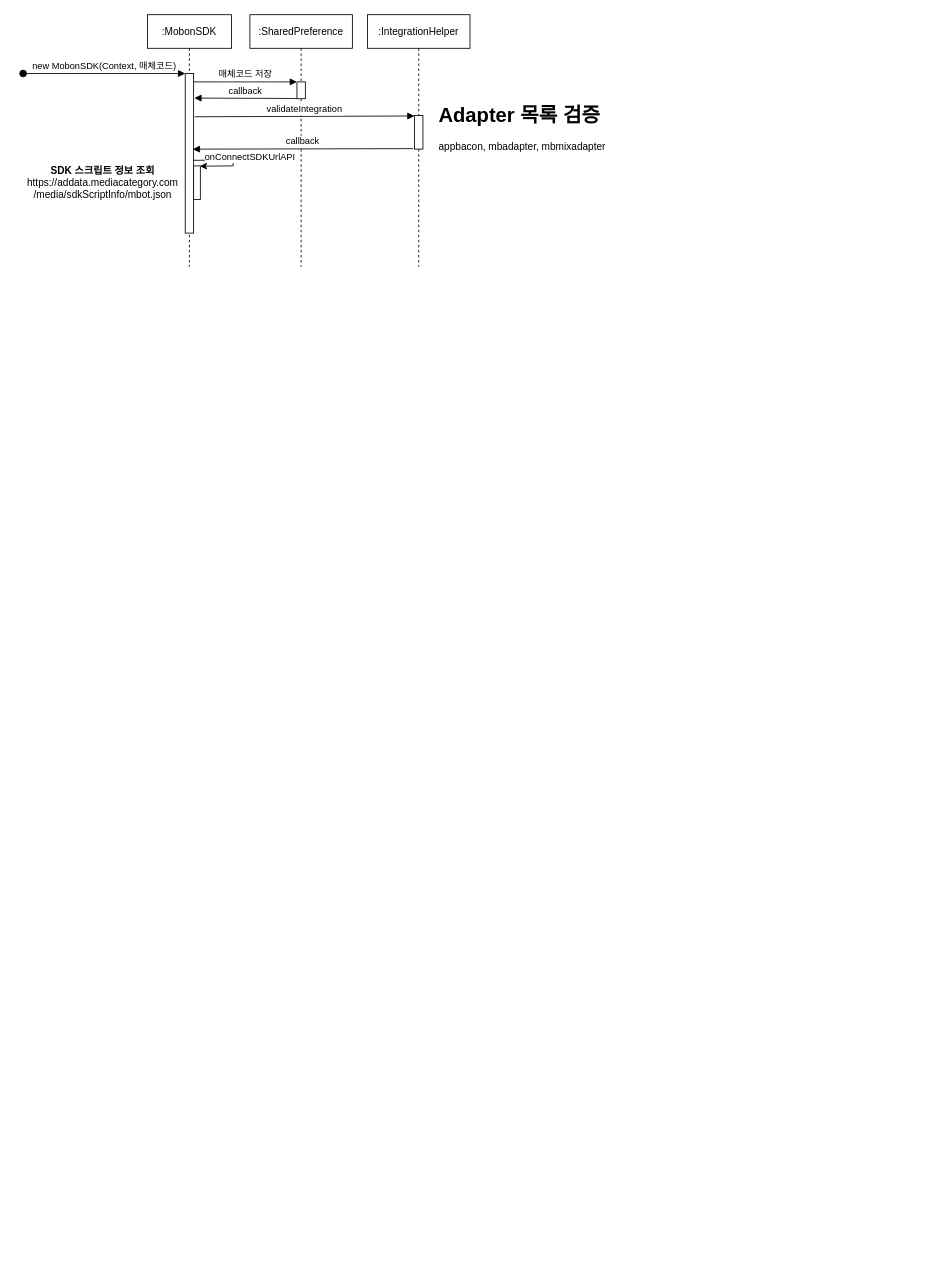
This is Android SDK.drawio from BaekSeungJo/Diagram, a draw.io file, before an edit. Source tidied: cells renumbered, new cells numbered last; positions are measured from the earlier drawing's top-left corner, leaving out a move shared by most shapes. Both pictures are drawn from the tidied source at 84%, with x=0, y=0 at pixel (23, 14).
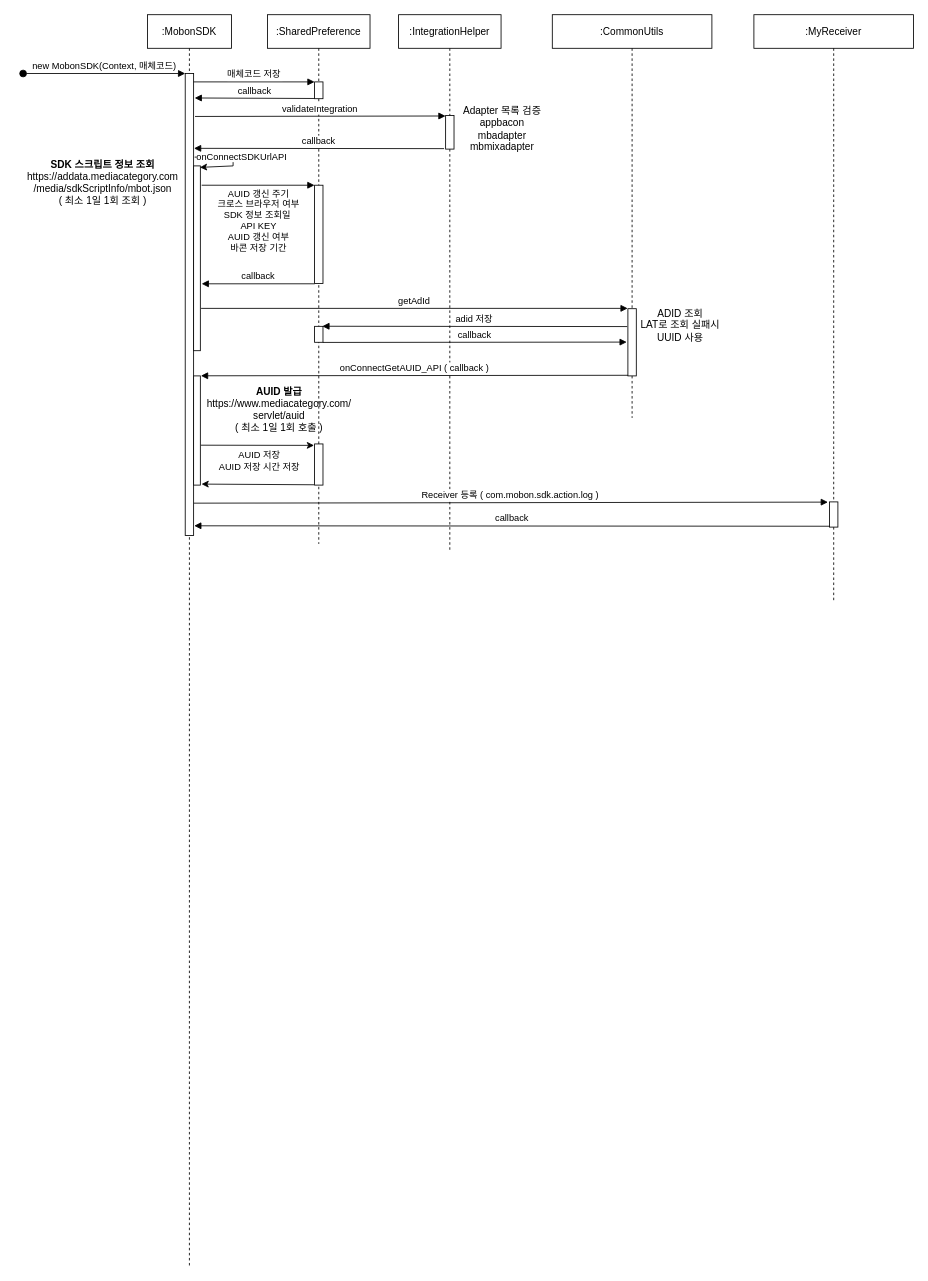
Above is the later version.

Unchanged cells that the change refers to:
```xml
<mxCell id="8" style="points=[];perimeter=orthogonalPerimeter;rounded=0;shadow=0;strokeWidth=1;" parent="7" vertex="1">
  <mxGeometry x="56" y="80" width="10" height="20" as="geometry" />
</mxCell>
<mxCell id="12" style="points=[];perimeter=orthogonalPerimeter;rounded=0;shadow=0;strokeWidth=1;" parent="11" vertex="1">
  <mxGeometry x="56" y="120" width="10" height="40" as="geometry" />
</mxCell>
```

Diff of the diagram source:
```diff
@@
     <mxCell id="2" value=":MobonSDK" style="shape=umlLifeline;perimeter=lifelinePerimeter;rounded=0;shadow=0;strokeWidth=1;" parent="1" vertex="1">
-      <mxGeometry x="148" width="100" height="300" as="geometry" />
+      <mxGeometry x="148" width="100" height="1490" as="geometry" />
     </mxCell>
     <mxCell id="3" style="points=[];perimeter=orthogonalPerimeter;rounded=0;shadow=0;strokeWidth=1;" parent="2" vertex="1">
-      <mxGeometry x="45" y="70" width="10" height="190" as="geometry" />
+      <mxGeometry x="45" y="70" width="10" height="550" as="geometry" />
     </mxCell>
@@
     <mxCell id="5" style="points=[];perimeter=orthogonalPerimeter;rounded=0;shadow=0;strokeWidth=1;" parent="2" vertex="1">
-      <mxGeometry x="55" y="180" width="8" height="40" as="geometry" />
+      <mxGeometry x="55" y="180" width="8" height="220" as="geometry" />
     </mxCell>
-    <mxCell id="6" value="onConnectSDKUrlAPI" style="endArrow=classic;html=1;rounded=0;exitX=0.999;exitY=0.544;exitDx=0;exitDy=0;exitPerimeter=0;entryX=0.933;entryY=0.008;entryDx=0;entryDy=0;entryPerimeter=0;" parent="2" edge="1" source="3" target="5">
-      <mxGeometry x="0.01" y="20" relative="1" as="geometry">
+    <mxCell id="6" value="onConnectSDKUrlAPI" style="endArrow=classic;html=1;rounded=0;exitX=1.125;exitY=0.181;exitDx=0;exitDy=0;exitPerimeter=0;entryX=0.933;entryY=0.008;entryDx=0;entryDy=0;entryPerimeter=0;" parent="2" edge="1" source="3" target="5">
+      <mxGeometry x="-0.05" y="10" relative="1" as="geometry">
         <Array as="points">
-          <mxPoint x="102" y="173" />
+          <mxPoint x="102" y="169" />
           <mxPoint x="102" y="180" />
         </Array>
-        <mxPoint y="-3" as="offset" />
       </mxGeometry>
     </mxCell>
+    <mxCell id="17" style="points=[];perimeter=orthogonalPerimeter;rounded=0;shadow=0;strokeWidth=1;" parent="2" vertex="1">
+      <mxGeometry x="55" y="430" width="8" height="130" as="geometry" />
+    </mxCell>
     <mxCell id="7" value=":SharedPreference" style="shape=umlLifeline;perimeter=lifelinePerimeter;rounded=0;shadow=0;strokeWidth=1;" parent="1" vertex="1">
-      <mxGeometry x="270" width="122" height="300" as="geometry" />
+      <mxGeometry x="291" width="122" height="630" as="geometry" />
     </mxCell>
@@
+    <mxCell id="18" style="points=[];perimeter=orthogonalPerimeter;rounded=0;shadow=0;strokeWidth=1;" parent="7" vertex="1">
+      <mxGeometry x="56" y="203" width="10" height="117" as="geometry" />
+    </mxCell>
+    <mxCell id="19" style="points=[];perimeter=orthogonalPerimeter;rounded=0;shadow=0;strokeWidth=1;" parent="7" vertex="1">
+      <mxGeometry x="56" y="371" width="10" height="19" as="geometry" />
+    </mxCell>
+    <mxCell id="20" style="points=[];perimeter=orthogonalPerimeter;rounded=0;shadow=0;strokeWidth=1;" parent="7" vertex="1">
+      <mxGeometry x="56" y="511" width="10" height="49" as="geometry" />
+    </mxCell>
+    <mxCell id="21" value="&lt;b&gt;AUID 발급&lt;/b&gt;&lt;br&gt;https://www.mediacategory.com/&lt;br&gt;servlet/auid&lt;br&gt;( 최소 1일 1회 호출 )" style="text;html=1;strokeColor=none;fillColor=none;align=center;verticalAlign=middle;whiteSpace=wrap;rounded=0;" parent="7" vertex="1">
+      <mxGeometry x="-81" y="430" width="190" height="80" as="geometry" />
+    </mxCell>
@@
-    <mxCell id="10" value="callback" style="verticalAlign=bottom;endArrow=block;shadow=0;strokeWidth=1;entryX=1.084;entryY=0.154;entryDx=0;entryDy=0;entryPerimeter=0;exitX=-0.008;exitY=0.988;exitDx=0;exitDy=0;exitPerimeter=0;" parent="1" edge="1" source="8" target="3">
+    <mxCell id="10" value="callback" style="verticalAlign=bottom;endArrow=block;shadow=0;strokeWidth=1;entryX=1.125;entryY=0.053;entryDx=0;entryDy=0;entryPerimeter=0;exitX=-0.008;exitY=0.988;exitDx=0;exitDy=0;exitPerimeter=0;" parent="1" edge="1" source="8" target="3">
       <mxGeometry relative="1" as="geometry" />
     </mxCell>
     <mxCell id="11" value=":IntegrationHelper" style="shape=umlLifeline;perimeter=lifelinePerimeter;rounded=0;shadow=0;strokeWidth=1;" parent="1" vertex="1">
-      <mxGeometry x="410" width="122" height="300" as="geometry" />
+      <mxGeometry x="447" width="122" height="640" as="geometry" />
     </mxCell>
@@
-    <mxCell id="13" value="validateIntegration" style="verticalAlign=bottom;endArrow=block;entryX=-0.008;entryY=0.015;shadow=0;strokeWidth=1;exitX=1.125;exitY=0.271;exitDx=0;exitDy=0;exitPerimeter=0;entryDx=0;entryDy=0;entryPerimeter=0;" parent="1" edge="1" source="3" target="12">
+    <mxCell id="13" value="validateIntegration" style="verticalAlign=bottom;endArrow=block;entryX=-0.008;entryY=0.015;shadow=0;strokeWidth=1;exitX=1.167;exitY=0.093;exitDx=0;exitDy=0;exitPerimeter=0;entryDx=0;entryDy=0;entryPerimeter=0;" parent="1" edge="1" source="3" target="12">
       <mxGeometry relative="1" as="geometry" />
     </mxCell>
-    <mxCell id="14" value="&lt;h1&gt;Adapter 목록 검증&lt;/h1&gt;&lt;p&gt;appbacon,&amp;nbsp;&lt;span style=&quot;background-color: initial;&quot;&gt;mbadapter,&amp;nbsp;&lt;/span&gt;&lt;span style=&quot;background-color: initial;&quot;&gt;mbmixadapter&lt;/span&gt;&lt;/p&gt;" style="text;html=1;strokeColor=none;fillColor=none;spacing=5;spacingTop=-20;whiteSpace=wrap;overflow=hidden;rounded=0;" parent="1" vertex="1">
-      <mxGeometry x="490" y="100" width="230" height="80" as="geometry" />
-    </mxCell>
-    <mxCell id="15" value="callback" style="verticalAlign=bottom;endArrow=block;shadow=0;strokeWidth=1;entryX=0.9;entryY=0.474;entryDx=0;entryDy=0;entryPerimeter=0;exitX=-0.185;exitY=0.986;exitDx=0;exitDy=0;exitPerimeter=0;" parent="1" edge="1" source="12" target="3">
+    <mxCell id="15" value="callback" style="verticalAlign=bottom;endArrow=block;shadow=0;strokeWidth=1;entryX=1.042;entryY=0.162;entryDx=0;entryDy=0;entryPerimeter=0;exitX=-0.185;exitY=0.986;exitDx=0;exitDy=0;exitPerimeter=0;" parent="1" edge="1" source="12" target="3">
       <mxGeometry relative="1" as="geometry" />
     </mxCell>
-    <mxCell id="16" value="&lt;b&gt;SDK 스크립트 정보 조회&lt;/b&gt;&lt;br&gt;https://addata.mediacategory.com&lt;br&gt;/media/sdkScriptInfo/mbot.json" style="text;html=1;strokeColor=none;fillColor=none;align=center;verticalAlign=middle;whiteSpace=wrap;rounded=0;" parent="1" vertex="1">
+    <mxCell id="16" value="&lt;b&gt;SDK 스크립트 정보 조회&lt;/b&gt;&lt;br&gt;https://addata.mediacategory.com&lt;br&gt;/media/sdkScriptInfo/mbot.json&lt;br&gt;( 최소 1일 1회 조회 )" style="text;html=1;strokeColor=none;fillColor=none;align=center;verticalAlign=middle;whiteSpace=wrap;rounded=0;" parent="1" vertex="1">
       <mxGeometry y="160" width="190" height="80" as="geometry" />
     </mxCell>
+    <mxCell id="22" value="AUID 갱신 주기&#10;크로스 브라우저 여부&#10;SDK 정보 조회일 &#10;API KEY&#10;AUID 갱신 여부&#10;바콘 저장 기간&#10;" style="verticalAlign=bottom;endArrow=block;shadow=0;strokeWidth=1;exitX=1.197;exitY=0.325;exitDx=0;exitDy=0;exitPerimeter=0;entryX=-0.01;entryY=0;entryDx=0;entryDy=0;entryPerimeter=0;" parent="1" edge="1" target="18">
+      <mxGeometry x="0.01" y="-97" relative="1" as="geometry">
+        <mxPoint x="212.6" y="203" as="sourcePoint" />
+      </mxGeometry>
+    </mxCell>
+    <mxCell id="23" value="callback" style="verticalAlign=bottom;endArrow=block;shadow=0;strokeWidth=1;entryX=1.197;entryY=0.638;entryDx=0;entryDy=0;entryPerimeter=0;exitX=0.02;exitY=1.003;exitDx=0;exitDy=0;exitPerimeter=0;" parent="1" edge="1" source="18" target="5">
+      <mxGeometry relative="1" as="geometry" />
+    </mxCell>
+    <mxCell id="24" value="Adapter 목록 검증&lt;br&gt;appbacon&lt;br&gt;mbadapter&lt;br&gt;mbmixadapter" style="text;html=1;align=center;verticalAlign=middle;strokeColor=none;fillColor=none;" parent="1" vertex="1">
+      <mxGeometry x="510" y="101" width="120" height="70" as="geometry" />
+    </mxCell>
+    <mxCell id="25" value=":CommonUtils" style="shape=umlLifeline;perimeter=lifelinePerimeter;rounded=0;shadow=0;strokeWidth=1;" parent="1" vertex="1">
+      <mxGeometry x="630" width="190" height="480" as="geometry" />
+    </mxCell>
+    <mxCell id="26" style="points=[];perimeter=orthogonalPerimeter;rounded=0;shadow=0;strokeWidth=1;" parent="25" vertex="1">
+      <mxGeometry x="90" y="350" width="10" height="80" as="geometry" />
+    </mxCell>
+    <mxCell id="27" value="ADID 조회&lt;br&gt;LAT로 조회 실패시 UUID 사용" style="text;html=1;strokeColor=none;fillColor=none;align=center;verticalAlign=middle;whiteSpace=wrap;rounded=0;" parent="25" vertex="1">
+      <mxGeometry x="100" y="355" width="105" height="30" as="geometry" />
+    </mxCell>
+    <mxCell id="28" value="getAdId" style="verticalAlign=bottom;endArrow=block;entryX=-0.025;entryY=-0.005;shadow=0;strokeWidth=1;exitX=1.112;exitY=0.771;exitDx=0;exitDy=0;exitPerimeter=0;entryDx=0;entryDy=0;entryPerimeter=0;" parent="1" edge="1" source="5" target="26">
+      <mxGeometry relative="1" as="geometry" />
+    </mxCell>
+    <mxCell id="29" value="adid 저장" style="verticalAlign=bottom;endArrow=block;entryX=0.92;entryY=-0.005;shadow=0;strokeWidth=1;entryDx=0;entryDy=0;entryPerimeter=0;exitX=-0.08;exitY=0.266;exitDx=0;exitDy=0;exitPerimeter=0;" parent="1" edge="1" source="26" target="19">
+      <mxGeometry relative="1" as="geometry" />
+    </mxCell>
+    <mxCell id="30" value="callback" style="verticalAlign=bottom;endArrow=block;shadow=0;strokeWidth=1;entryX=-0.137;entryY=0.497;entryDx=0;entryDy=0;entryPerimeter=0;exitX=0.975;exitY=1.008;exitDx=0;exitDy=0;exitPerimeter=0;" parent="1" edge="1" source="19" target="26">
+      <mxGeometry relative="1" as="geometry" />
+    </mxCell>
+    <mxCell id="31" value="onConnectGetAUID_API ( callback )" style="verticalAlign=bottom;endArrow=block;shadow=0;strokeWidth=1;exitX=0.019;exitY=0.991;exitDx=0;exitDy=0;exitPerimeter=0;entryX=1.085;entryY=-0.001;entryDx=0;entryDy=0;entryPerimeter=0;" parent="1" edge="1" source="26" target="17">
+      <mxGeometry relative="1" as="geometry" />
+    </mxCell>
+    <mxCell id="32" value="AUID 저장&lt;br&gt;AUID 저장 시간 저장" style="endArrow=classic;html=1;rounded=0;entryX=-0.064;entryY=0.035;entryDx=0;entryDy=0;entryPerimeter=0;exitX=1.071;exitY=0.195;exitDx=0;exitDy=0;exitPerimeter=0;" parent="1" edge="1" target="20">
+      <mxGeometry x="0.02" y="-18" relative="1" as="geometry">
+        <mxPoint x="211.6" y="512.5" as="sourcePoint" />
+      </mxGeometry>
+    </mxCell>
+    <mxCell id="33" style="endArrow=classic;html=1;rounded=0;entryX=1.175;entryY=0.616;entryDx=0;entryDy=0;entryPerimeter=0;exitX=-0.027;exitY=0.992;exitDx=0;exitDy=0;exitPerimeter=0;" parent="1" edge="1" source="20">
+      <mxGeometry x="0.02" y="-18" relative="1" as="geometry">
+        <mxPoint x="212.4" y="558.8" as="targetPoint" />
+      </mxGeometry>
+    </mxCell>
+    <mxCell id="34" value=":MyReceiver" style="shape=umlLifeline;perimeter=lifelinePerimeter;rounded=0;shadow=0;strokeWidth=1;" parent="1" vertex="1">
+      <mxGeometry x="870" width="190" height="700" as="geometry" />
+    </mxCell>
+    <mxCell id="35" style="points=[];perimeter=orthogonalPerimeter;rounded=0;shadow=0;strokeWidth=1;" parent="34" vertex="1">
+      <mxGeometry x="90" y="580" width="10" height="30" as="geometry" />
+    </mxCell>
+    <mxCell id="36" value="Receiver 등록 ( com.mobon.sdk.action.log )" style="verticalAlign=bottom;endArrow=block;entryX=-0.186;entryY=0.009;shadow=0;strokeWidth=1;exitX=1.02;exitY=0.93;exitDx=0;exitDy=0;exitPerimeter=0;entryDx=0;entryDy=0;entryPerimeter=0;" parent="1" edge="1" source="3" target="35">
+      <mxGeometry relative="1" as="geometry" />
+    </mxCell>
+    <mxCell id="37" value="callback" style="verticalAlign=bottom;endArrow=block;shadow=0;strokeWidth=1;exitX=0.023;exitY=0.966;exitDx=0;exitDy=0;exitPerimeter=0;entryX=1.07;entryY=0.979;entryDx=0;entryDy=0;entryPerimeter=0;" parent="1" edge="1" source="35" target="3">
+      <mxGeometry relative="1" as="geometry" />
+    </mxCell>
```
